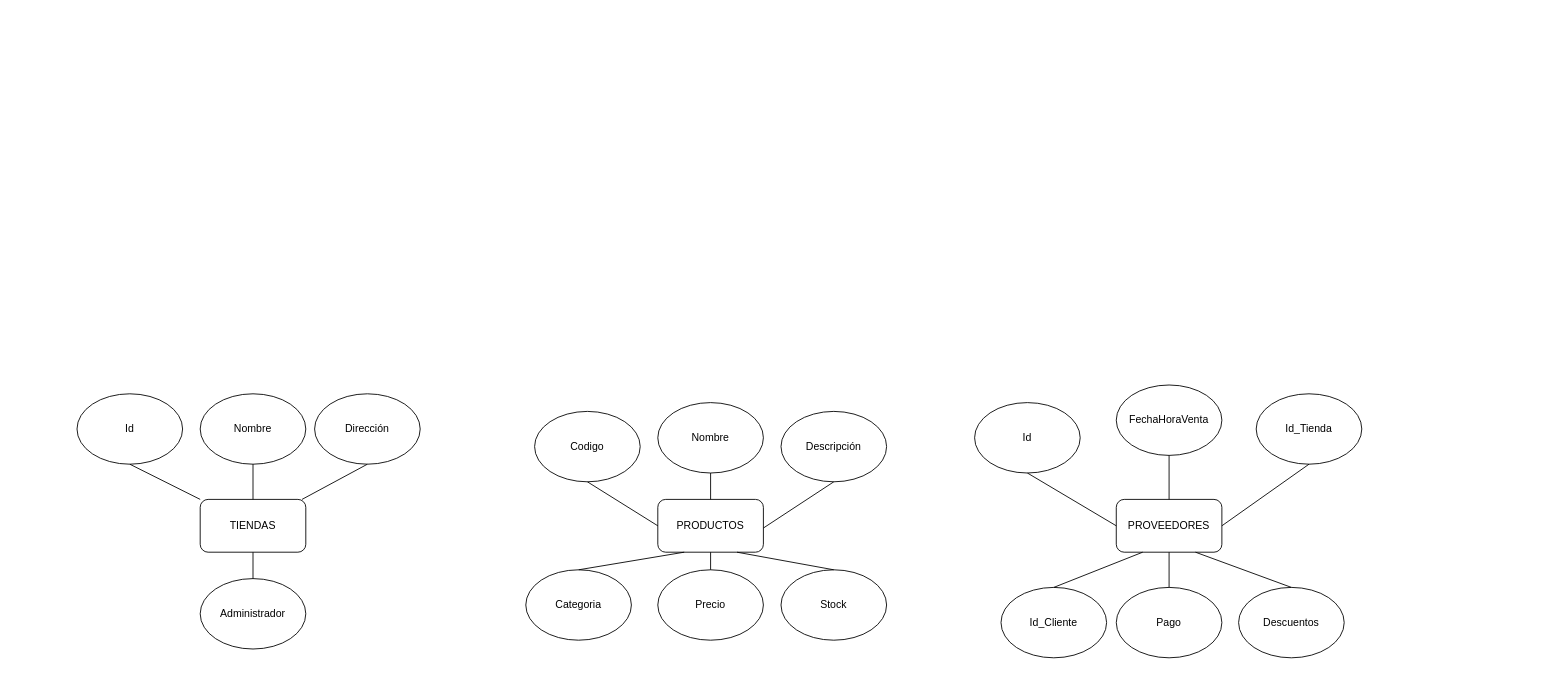
Earlier version of the draw.io diagram Ejercicio 5 y 6/Ejercicio 6.drawio (Marlonramos96/Grupo-4---Lab1). Source tidied: cells renumbered, new cells numbered last; positions are measured from the earlier drawing's top-left corner, leaving out a move shared by most shapes. Both pictures are drawn from the tidied source at 88%, with x=0, y=0 at pixel (77, 385).
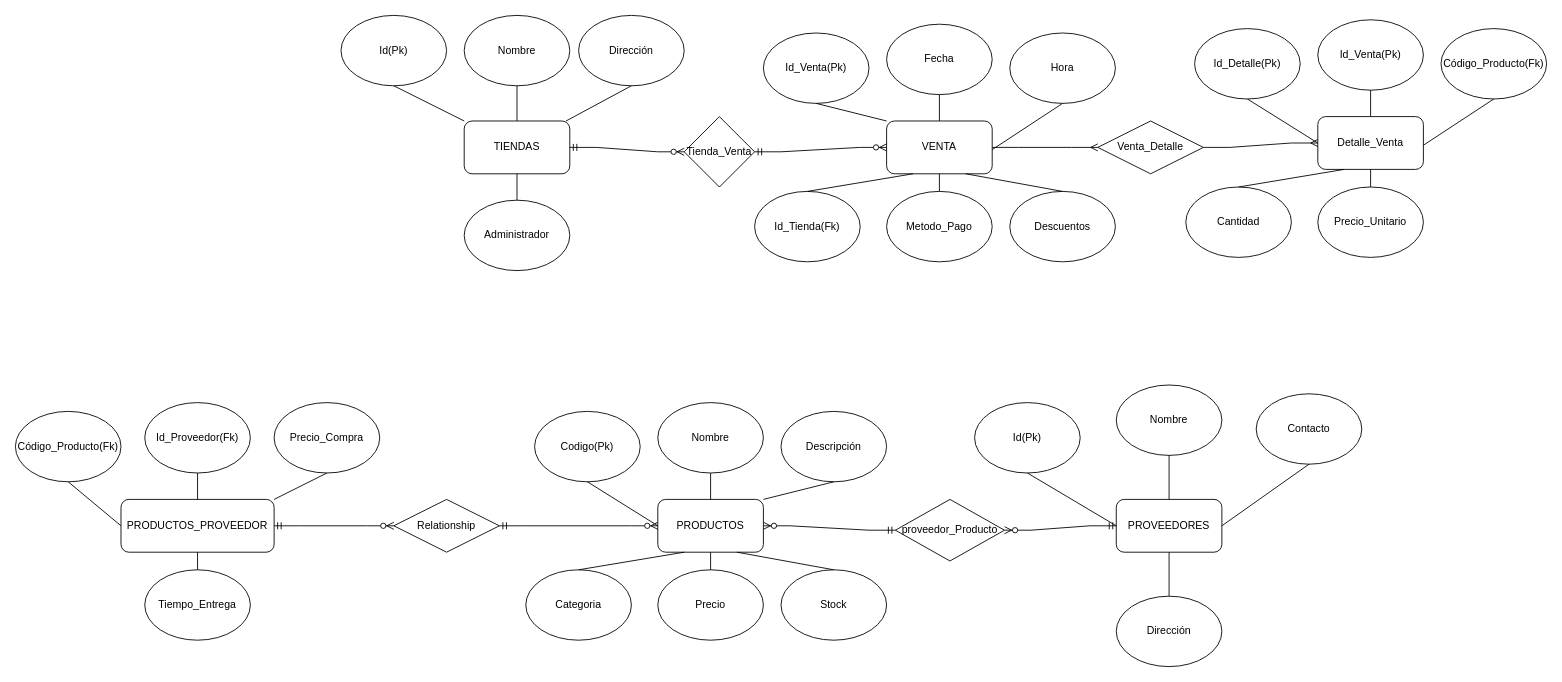
The same page after the edit.

Unchanged cells that the change refers to:
```xml
<mxCell id="11" value="PRODUCTOS" style="rounded=1;whiteSpace=wrap;html=1;" parent="1" vertex="1">
  <mxGeometry x="660" y="130" width="120" height="60" as="geometry" />
</mxCell>
<mxCell id="14" value="Descripción" style="ellipse;whiteSpace=wrap;html=1;" parent="1" vertex="1">
  <mxGeometry x="800" y="30" width="120" height="80" as="geometry" />
</mxCell>
<mxCell id="24" value="PROVEEDORES" style="rounded=1;whiteSpace=wrap;html=1;" parent="1" vertex="1">
  <mxGeometry x="1181" y="130" width="120" height="60" as="geometry" />
</mxCell>
```

What changed in the source:
```diff
@@
     <mxCell id="2" value="TIENDAS" style="rounded=1;whiteSpace=wrap;html=1;" parent="1" vertex="1">
-      <mxGeometry x="140" y="130" width="120" height="60" as="geometry" />
+      <mxGeometry x="440" y="-300" width="120" height="60" as="geometry" />
     </mxCell>
-    <mxCell id="3" value="Id" style="ellipse;whiteSpace=wrap;html=1;" parent="1" vertex="1">
-      <mxGeometry y="10" width="120" height="80" as="geometry" />
+    <mxCell id="3" value="Id(Pk)" style="ellipse;whiteSpace=wrap;html=1;" parent="1" vertex="1">
+      <mxGeometry x="300" y="-420" width="120" height="80" as="geometry" />
     </mxCell>
     <mxCell id="4" value="Nombre" style="ellipse;whiteSpace=wrap;html=1;" parent="1" vertex="1">
-      <mxGeometry x="140" y="10" width="120" height="80" as="geometry" />
+      <mxGeometry x="440" y="-420" width="120" height="80" as="geometry" />
     </mxCell>
     <mxCell id="5" value="Dirección" style="ellipse;whiteSpace=wrap;html=1;" parent="1" vertex="1">
-      <mxGeometry x="270" y="10" width="120" height="80" as="geometry" />
+      <mxGeometry x="570" y="-420" width="120" height="80" as="geometry" />
     </mxCell>
     <mxCell id="6" value="Administrador" style="ellipse;whiteSpace=wrap;html=1;" parent="1" vertex="1">
-      <mxGeometry x="140" y="220" width="120" height="80" as="geometry" />
+      <mxGeometry x="440" y="-210" width="120" height="80" as="geometry" />
     </mxCell>
@@
-    <mxCell id="12" value="Codigo" style="ellipse;whiteSpace=wrap;html=1;" parent="1" vertex="1">
+    <mxCell id="12" value="Codigo(Pk)" style="ellipse;whiteSpace=wrap;html=1;" parent="1" vertex="1">
       <mxGeometry x="520" y="30" width="120" height="80" as="geometry" />
     </mxCell>
@@
-    <mxCell id="20" style="endArrow=none;html=1;rounded=0;entryX=0.5;entryY=1;entryDx=0;entryDy=0;exitX=1;exitY=0.542;exitDx=0;exitDy=0;exitPerimeter=0;" parent="1" edge="1" source="11" target="14">
+    <mxCell id="20" style="endArrow=none;html=1;rounded=0;entryX=0.5;entryY=1;entryDx=0;entryDy=0;exitX=1;exitY=0;exitDx=0;exitDy=0;" parent="1" edge="1" source="11" target="14">
       <mxGeometry relative="1" as="geometry" />
     </mxCell>
@@
-    <mxCell id="25" value="Id" style="ellipse;whiteSpace=wrap;html=1;" parent="1" vertex="1">
+    <mxCell id="25" value="Id(Pk)" style="ellipse;whiteSpace=wrap;html=1;" parent="1" vertex="1">
       <mxGeometry x="1020" y="20" width="120" height="80" as="geometry" />
     </mxCell>
-    <mxCell id="26" value="FechaHoraVenta" style="ellipse;whiteSpace=wrap;html=1;" parent="1" vertex="1">
+    <mxCell id="26" value="Nombre" style="ellipse;whiteSpace=wrap;html=1;" parent="1" vertex="1">
       <mxGeometry x="1181" width="120" height="80" as="geometry" />
     </mxCell>
-    <mxCell id="27" value="Id_Tienda" style="ellipse;whiteSpace=wrap;html=1;" parent="1" vertex="1">
+    <mxCell id="27" value="Contacto" style="ellipse;whiteSpace=wrap;html=1;" parent="1" vertex="1">
       <mxGeometry x="1340" y="10" width="120" height="80" as="geometry" />
     </mxCell>
-    <mxCell id="28" value="Id_Cliente" style="ellipse;whiteSpace=wrap;html=1;" parent="1" vertex="1">
-      <mxGeometry x="1050" y="230" width="120" height="80" as="geometry" />
-    </mxCell>
-    <mxCell id="29" value="Pago" style="ellipse;whiteSpace=wrap;html=1;" parent="1" vertex="1">
-      <mxGeometry x="1181" y="230" width="120" height="80" as="geometry" />
-    </mxCell>
-    <mxCell id="30" value="Descuentos" style="ellipse;whiteSpace=wrap;html=1;" parent="1" vertex="1">
-      <mxGeometry x="1320" y="230" width="120" height="80" as="geometry" />
-    </mxCell>
@@
-    <mxCell id="34" style="endArrow=none;html=1;rounded=0;entryX=0.5;entryY=1;entryDx=0;entryDy=0;" parent="1" edge="1" source="29" target="24">
-      <mxGeometry relative="1" as="geometry" />
-    </mxCell>
-    <mxCell id="35" style="endArrow=none;html=1;rounded=0;entryX=0.5;entryY=0;entryDx=0;entryDy=0;exitX=0.75;exitY=1;exitDx=0;exitDy=0;" parent="1" edge="1" source="24" target="30">
-      <mxGeometry relative="1" as="geometry" />
-    </mxCell>
-    <mxCell id="36" style="endArrow=none;html=1;rounded=0;entryX=0.25;entryY=1;entryDx=0;entryDy=0;exitX=0.5;exitY=0;exitDx=0;exitDy=0;" parent="1" edge="1" source="28" target="24">
-      <mxGeometry relative="1" as="geometry" />
-    </mxCell>
+    <mxCell id="37" value="Dirección" style="ellipse;whiteSpace=wrap;html=1;" parent="1" vertex="1">
+      <mxGeometry x="1181" y="240" width="120" height="80" as="geometry" />
+    </mxCell>
+    <mxCell id="38" style="endArrow=none;html=1;rounded=0;entryX=0.5;entryY=1;entryDx=0;entryDy=0;exitX=0.5;exitY=0;exitDx=0;exitDy=0;" parent="1" edge="1" source="37" target="24">
+      <mxGeometry relative="1" as="geometry" />
+    </mxCell>
+    <mxCell id="39" value="VENTA" style="rounded=1;whiteSpace=wrap;html=1;" parent="1" vertex="1">
+      <mxGeometry x="920" y="-300" width="120" height="60" as="geometry" />
+    </mxCell>
+    <mxCell id="40" value="Id_Venta(Pk)" style="ellipse;whiteSpace=wrap;html=1;" parent="1" vertex="1">
+      <mxGeometry x="780" y="-400" width="120" height="80" as="geometry" />
+    </mxCell>
+    <mxCell id="41" value="Fecha" style="ellipse;whiteSpace=wrap;html=1;" parent="1" vertex="1">
+      <mxGeometry x="920" y="-410" width="120" height="80" as="geometry" />
+    </mxCell>
+    <mxCell id="42" value="Hora" style="ellipse;whiteSpace=wrap;html=1;" parent="1" vertex="1">
+      <mxGeometry x="1060" y="-400" width="120" height="80" as="geometry" />
+    </mxCell>
+    <mxCell id="43" value="Id_Tienda(Fk)" style="ellipse;whiteSpace=wrap;html=1;" parent="1" vertex="1">
+      <mxGeometry x="770" y="-220" width="120" height="80" as="geometry" />
+    </mxCell>
+    <mxCell id="44" value="Metodo_Pago" style="ellipse;whiteSpace=wrap;html=1;" parent="1" vertex="1">
+      <mxGeometry x="920" y="-220" width="120" height="80" as="geometry" />
+    </mxCell>
+    <mxCell id="30" value="Descuentos" style="ellipse;whiteSpace=wrap;html=1;" parent="1" vertex="1">
+      <mxGeometry x="1060" y="-220" width="120" height="80" as="geometry" />
+    </mxCell>
+    <mxCell id="45" style="endArrow=none;html=1;rounded=0;entryX=0.5;entryY=1;entryDx=0;entryDy=0;exitX=0.5;exitY=0;exitDx=0;exitDy=0;" parent="1" edge="1" source="39" target="41">
+      <mxGeometry relative="1" as="geometry" />
+    </mxCell>
+    <mxCell id="46" style="endArrow=none;html=1;rounded=0;entryX=0;entryY=0;entryDx=0;entryDy=0;exitX=0.5;exitY=1;exitDx=0;exitDy=0;" parent="1" edge="1" source="40" target="39">
+      <mxGeometry relative="1" as="geometry" />
+    </mxCell>
+    <mxCell id="47" style="endArrow=none;html=1;rounded=0;entryX=0.5;entryY=1;entryDx=0;entryDy=0;exitX=1;exitY=0.542;exitDx=0;exitDy=0;exitPerimeter=0;" parent="1" edge="1" source="39" target="42">
+      <mxGeometry relative="1" as="geometry" />
+    </mxCell>
+    <mxCell id="48" style="endArrow=none;html=1;rounded=0;entryX=0.5;entryY=1;entryDx=0;entryDy=0;exitX=0.5;exitY=0;exitDx=0;exitDy=0;" parent="1" edge="1" source="44" target="39">
+      <mxGeometry relative="1" as="geometry" />
+    </mxCell>
+    <mxCell id="49" style="endArrow=none;html=1;rounded=0;entryX=0.25;entryY=1;entryDx=0;entryDy=0;exitX=0.5;exitY=0;exitDx=0;exitDy=0;" parent="1" edge="1" source="43" target="39">
+      <mxGeometry relative="1" as="geometry" />
+    </mxCell>
+    <mxCell id="50" style="endArrow=none;html=1;rounded=0;entryX=0.5;entryY=0;entryDx=0;entryDy=0;exitX=0.75;exitY=1;exitDx=0;exitDy=0;" parent="1" edge="1" source="39" target="30">
+      <mxGeometry relative="1" as="geometry" />
+    </mxCell>
+    <mxCell id="51" value="Detalle_Venta" style="rounded=1;whiteSpace=wrap;html=1;" parent="1" vertex="1">
+      <mxGeometry x="1410" y="-305" width="120" height="60" as="geometry" />
+    </mxCell>
+    <mxCell id="52" value="Id_Detalle(Pk)" style="ellipse;whiteSpace=wrap;html=1;" parent="1" vertex="1">
+      <mxGeometry x="1270" y="-405" width="120" height="80" as="geometry" />
+    </mxCell>
+    <mxCell id="53" value="Id_Venta(Pk)" style="ellipse;whiteSpace=wrap;html=1;" parent="1" vertex="1">
+      <mxGeometry x="1410" y="-415" width="120" height="80" as="geometry" />
+    </mxCell>
+    <mxCell id="54" value="Código_Producto(Fk)" style="ellipse;whiteSpace=wrap;html=1;" parent="1" vertex="1">
+      <mxGeometry x="1550" y="-405" width="120" height="80" as="geometry" />
+    </mxCell>
+    <mxCell id="55" value="Cantidad" style="ellipse;whiteSpace=wrap;html=1;" parent="1" vertex="1">
+      <mxGeometry x="1260" y="-225" width="120" height="80" as="geometry" />
+    </mxCell>
+    <mxCell id="56" value="Precio_Unitario" style="ellipse;whiteSpace=wrap;html=1;" parent="1" vertex="1">
+      <mxGeometry x="1410" y="-225" width="120" height="80" as="geometry" />
+    </mxCell>
+    <mxCell id="57" style="endArrow=none;html=1;rounded=0;entryX=0.5;entryY=1;entryDx=0;entryDy=0;exitX=0.5;exitY=0;exitDx=0;exitDy=0;" parent="1" edge="1" source="51" target="53">
+      <mxGeometry relative="1" as="geometry" />
+    </mxCell>
+    <mxCell id="58" style="endArrow=none;html=1;rounded=0;entryX=0;entryY=0.5;entryDx=0;entryDy=0;exitX=0.5;exitY=1;exitDx=0;exitDy=0;" parent="1" edge="1" source="52" target="51">
+      <mxGeometry relative="1" as="geometry" />
+    </mxCell>
+    <mxCell id="59" style="endArrow=none;html=1;rounded=0;entryX=0.5;entryY=1;entryDx=0;entryDy=0;exitX=1;exitY=0.542;exitDx=0;exitDy=0;exitPerimeter=0;" parent="1" edge="1" source="51" target="54">
+      <mxGeometry relative="1" as="geometry" />
+    </mxCell>
+    <mxCell id="60" style="endArrow=none;html=1;rounded=0;entryX=0.5;entryY=1;entryDx=0;entryDy=0;exitX=0.5;exitY=0;exitDx=0;exitDy=0;" parent="1" edge="1" source="56" target="51">
+      <mxGeometry relative="1" as="geometry" />
+    </mxCell>
+    <mxCell id="61" style="endArrow=none;html=1;rounded=0;entryX=0.25;entryY=1;entryDx=0;entryDy=0;exitX=0.5;exitY=0;exitDx=0;exitDy=0;" parent="1" edge="1" source="55" target="51">
+      <mxGeometry relative="1" as="geometry" />
+    </mxCell>
+    <mxCell id="62" value="PRODUCTOS_PROVEEDOR" style="rounded=1;whiteSpace=wrap;html=1;" parent="1" vertex="1">
+      <mxGeometry x="50" y="130" width="174" height="60" as="geometry" />
+    </mxCell>
+    <mxCell id="63" value="Código_Producto(Fk)" style="ellipse;whiteSpace=wrap;html=1;" parent="1" vertex="1">
+      <mxGeometry x="-70" y="30" width="120" height="80" as="geometry" />
+    </mxCell>
+    <mxCell id="64" value="Id_Proveedor(Fk)" style="ellipse;whiteSpace=wrap;html=1;" parent="1" vertex="1">
+      <mxGeometry x="77" y="20" width="120" height="80" as="geometry" />
+    </mxCell>
+    <mxCell id="65" value="Precio_Compra" style="ellipse;whiteSpace=wrap;html=1;" parent="1" vertex="1">
+      <mxGeometry x="224" y="20" width="120" height="80" as="geometry" />
+    </mxCell>
+    <mxCell id="66" value="Tiempo_Entrega" style="ellipse;whiteSpace=wrap;html=1;" parent="1" vertex="1">
+      <mxGeometry x="77" y="210" width="120" height="80" as="geometry" />
+    </mxCell>
+    <mxCell id="67" style="endArrow=none;html=1;rounded=0;entryX=0.5;entryY=1;entryDx=0;entryDy=0;exitX=0.5;exitY=0;exitDx=0;exitDy=0;" parent="1" edge="1" source="62" target="64">
+      <mxGeometry relative="1" as="geometry" />
+    </mxCell>
+    <mxCell id="68" style="endArrow=none;html=1;rounded=0;entryX=0;entryY=0.5;entryDx=0;entryDy=0;exitX=0.5;exitY=1;exitDx=0;exitDy=0;" parent="1" edge="1" source="63" target="62">
+      <mxGeometry relative="1" as="geometry" />
+    </mxCell>
+    <mxCell id="69" style="endArrow=none;html=1;rounded=0;entryX=0.5;entryY=1;entryDx=0;entryDy=0;exitX=1;exitY=0;exitDx=0;exitDy=0;" parent="1" edge="1" source="62" target="65">
+      <mxGeometry relative="1" as="geometry" />
+    </mxCell>
+    <mxCell id="70" style="endArrow=none;html=1;rounded=0;entryX=0.5;entryY=1;entryDx=0;entryDy=0;exitX=0.5;exitY=0;exitDx=0;exitDy=0;" parent="1" edge="1" source="66" target="62">
+      <mxGeometry relative="1" as="geometry" />
+    </mxCell>
+    <mxCell id="71" style="edgeStyle=entityRelationEdgeStyle;fontSize=12;html=1;endArrow=ERzeroToMany;startArrow=ERmandOne;rounded=0;exitX=1;exitY=0.5;exitDx=0;exitDy=0;entryX=0;entryY=0.5;entryDx=0;entryDy=0;" parent="1" edge="1" source="73" target="39">
+      <mxGeometry relative="1" as="geometry">
+        <Array as="points">
+          <mxPoint x="760" y="-230" />
+        </Array>
+      </mxGeometry>
+    </mxCell>
+    <mxCell id="72" style="edgeStyle=entityRelationEdgeStyle;fontSize=12;html=1;endArrow=ERzeroToMany;startArrow=ERmandOne;rounded=0;exitX=1;exitY=0.5;exitDx=0;exitDy=0;entryX=0;entryY=0.5;entryDx=0;entryDy=0;" parent="1" edge="1" source="2" target="73">
+      <mxGeometry relative="1" as="geometry">
+        <Array as="points">
+          <mxPoint x="790" y="-290" />
+          <mxPoint x="720" y="-230" />
+        </Array>
+      </mxGeometry>
+    </mxCell>
+    <mxCell id="73" value="Tienda_Venta" style="rhombus;whiteSpace=wrap;html=1;" parent="1" vertex="1">
+      <mxGeometry x="690" y="-305" width="80" height="80" as="geometry" />
+    </mxCell>
+    <mxCell id="74" style="edgeStyle=entityRelationEdgeStyle;fontSize=12;html=1;endArrow=ERmany;rounded=0;exitX=1;exitY=0.5;exitDx=0;exitDy=0;entryX=0;entryY=0.5;entryDx=0;entryDy=0;" parent="1" edge="1" source="76" target="51">
+      <mxGeometry relative="1" as="geometry" />
+    </mxCell>
+    <mxCell id="75" style="edgeStyle=entityRelationEdgeStyle;fontSize=12;html=1;endArrow=ERmany;rounded=0;exitX=1;exitY=0.5;exitDx=0;exitDy=0;entryX=0;entryY=0.5;entryDx=0;entryDy=0;" parent="1" edge="1" source="39" target="76">
+      <mxGeometry relative="1" as="geometry" />
+    </mxCell>
+    <mxCell id="76" value="Venta_Detalle" style="shape=rhombus;perimeter=rhombusPerimeter;whiteSpace=wrap;html=1;align=center;" parent="1" vertex="1">
+      <mxGeometry x="1160" y="-300" width="120" height="60" as="geometry" />
+    </mxCell>
+    <mxCell id="77" style="edgeStyle=entityRelationEdgeStyle;fontSize=12;html=1;endArrow=ERzeroToMany;startArrow=ERmandOne;rounded=0;exitX=0;exitY=0.5;exitDx=0;exitDy=0;entryX=1;entryY=0.5;entryDx=0;entryDy=0;" parent="1" edge="1" source="79" target="11">
+      <mxGeometry relative="1" as="geometry" />
+    </mxCell>
+    <mxCell id="78" style="edgeStyle=entityRelationEdgeStyle;fontSize=12;html=1;endArrow=ERzeroToMany;startArrow=ERmandOne;rounded=0;exitX=0;exitY=0.5;exitDx=0;exitDy=0;entryX=1;entryY=0.5;entryDx=0;entryDy=0;" parent="1" edge="1" source="24" target="79">
+      <mxGeometry relative="1" as="geometry" />
+    </mxCell>
+    <mxCell id="79" value="proveedor_Producto" style="shape=rhombus;perimeter=rhombusPerimeter;whiteSpace=wrap;html=1;align=center;" parent="1" vertex="1">
+      <mxGeometry x="930" y="130" width="124" height="70" as="geometry" />
+    </mxCell>
+    <mxCell id="80" style="edgeStyle=entityRelationEdgeStyle;fontSize=12;html=1;endArrow=ERzeroToMany;startArrow=ERmandOne;rounded=0;exitX=1;exitY=0.5;exitDx=0;exitDy=0;entryX=0;entryY=0.5;entryDx=0;entryDy=0;" parent="1" edge="1" source="82" target="11">
+      <mxGeometry relative="1" as="geometry" />
+    </mxCell>
+    <mxCell id="81" style="edgeStyle=entityRelationEdgeStyle;fontSize=12;html=1;endArrow=ERzeroToMany;startArrow=ERmandOne;rounded=0;exitX=1;exitY=0.5;exitDx=0;exitDy=0;entryX=0;entryY=0.5;entryDx=0;entryDy=0;" parent="1" edge="1" source="62" target="82">
+      <mxGeometry relative="1" as="geometry" />
+    </mxCell>
+    <mxCell id="82" value="Relationship" style="shape=rhombus;perimeter=rhombusPerimeter;whiteSpace=wrap;html=1;align=center;" parent="1" vertex="1">
+      <mxGeometry x="360" y="130" width="120" height="60" as="geometry" />
+    </mxCell>
```
